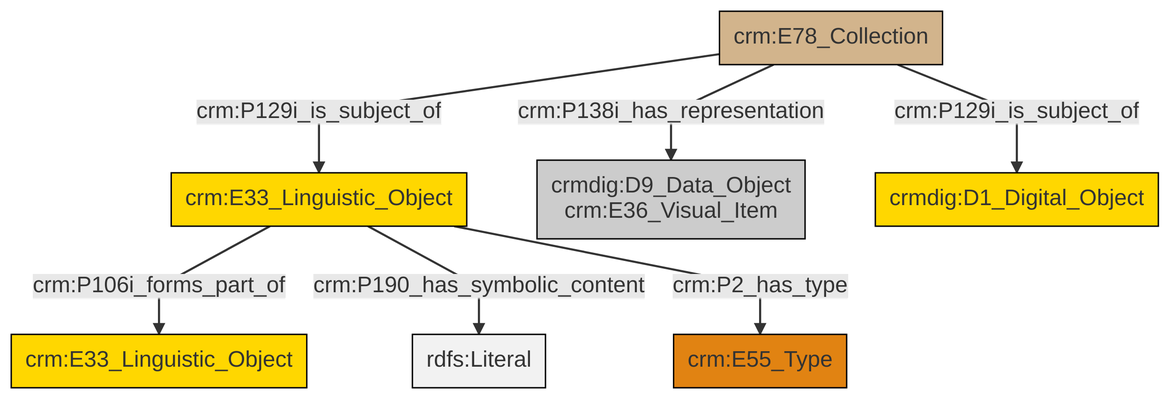
Before: et/archivalCSV/ttl/mmd/png/archival_docs.png, a diagram exported from Mermaid (swiss-art-research-net/docs.swissartresearch). Its source is kept beside it as et/archivalCSV/ttl/mmd/archival_docs.ttl.mmd.
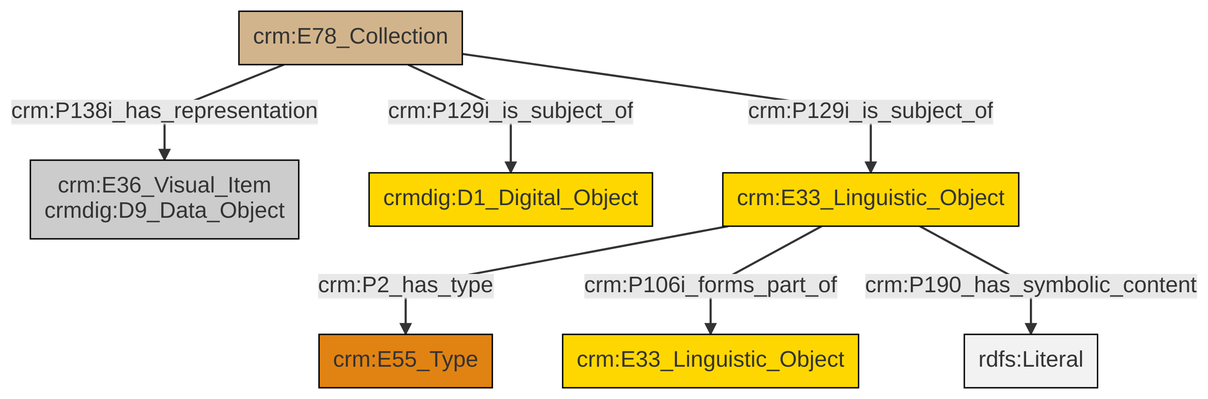
After the commit.

Change to the diagram source:
```diff
@@ -13,9 +13,9 @@
 classDef PC_Classes fill:#4ce600, stroke:#000000;
 classDef Multi fill:#cccccc,stroke:#000000;
 
-2["crm:E33_Linguistic_Object"]:::Conceptual_Object -->|crm:P106i_forms_part_of| 3["crm:E33_Linguistic_Object"]:::Conceptual_Object
-2["crm:E33_Linguistic_Object"]:::Conceptual_Object -->|crm:P190_has_symbolic_content| 5[rdfs:Literal]:::Literal
-8["crm:E78_Collection"]:::Physical_Thing -->|crm:P129i_is_subject_of| 9["crmdig:D1_Digital_Object"]:::Conceptual_Object
-8["crm:E78_Collection"]:::Physical_Thing -->|crm:P129i_is_subject_of| 2["crm:E33_Linguistic_Object"]:::Conceptual_Object
-8["crm:E78_Collection"]:::Physical_Thing -->|crm:P138i_has_representation| 6["crmdig:D9_Data_Object<br>crm:E36_Visual_Item"]:::Multi
-2["crm:E33_Linguistic_Object"]:::Conceptual_Object -->|crm:P2_has_type| 0["crm:E55_Type"]:::Type
+9["crm:E33_Linguistic_Object"]:::Conceptual_Object -->|crm:P2_has_type| 0["crm:E55_Type"]:::Type
+7["crm:E78_Collection"]:::Physical_Thing -->|crm:P129i_is_subject_of| 9["crm:E33_Linguistic_Object"]:::Conceptual_Object
+9["crm:E33_Linguistic_Object"]:::Conceptual_Object -->|crm:P106i_forms_part_of| 10["crm:E33_Linguistic_Object"]:::Conceptual_Object
+9["crm:E33_Linguistic_Object"]:::Conceptual_Object -->|crm:P190_has_symbolic_content| 12[rdfs:Literal]:::Literal
+7["crm:E78_Collection"]:::Physical_Thing -->|crm:P138i_has_representation| 2["crm:E36_Visual_Item<br>crmdig:D9_Data_Object"]:::Multi
+7["crm:E78_Collection"]:::Physical_Thing -->|crm:P129i_is_subject_of| 5["crmdig:D1_Digital_Object"]:::Conceptual_Object
```
